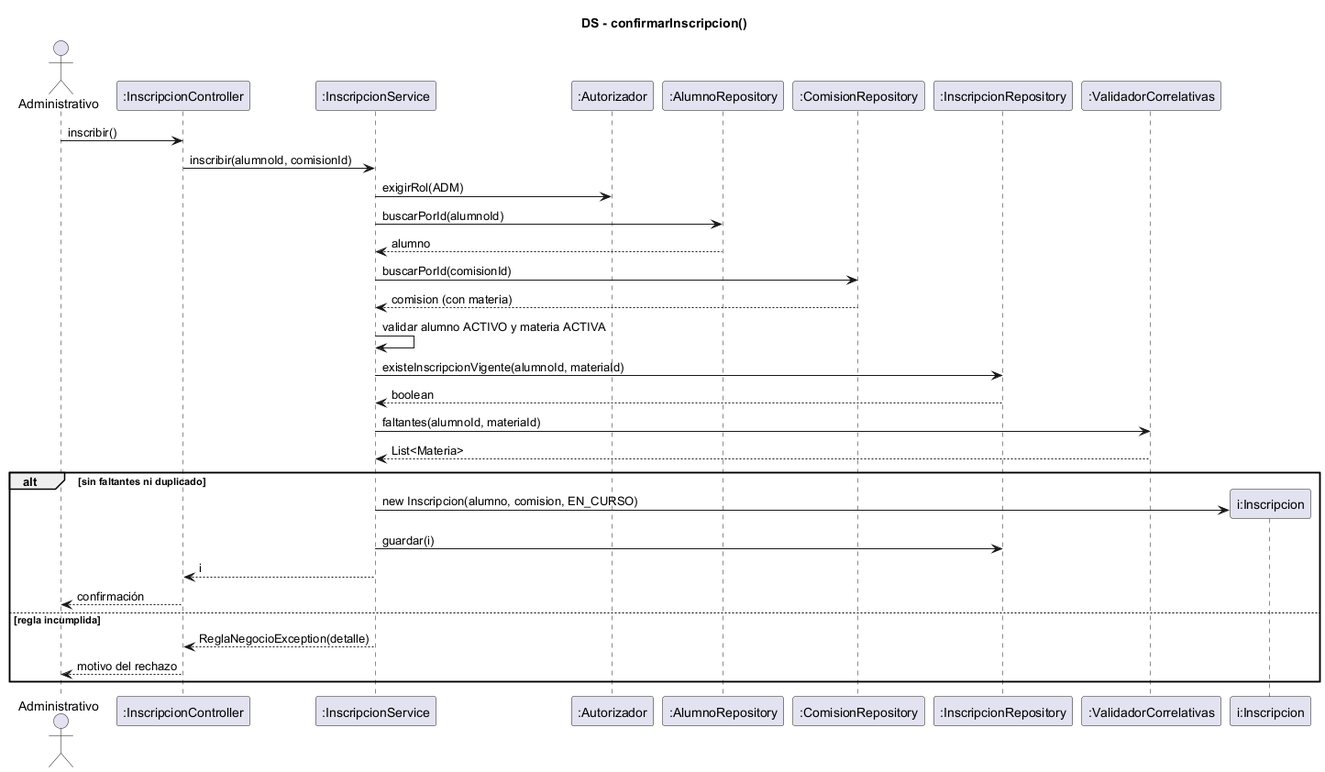
Earlier version of the PlantUML export document/diagramas/ds-inscribir-alumno.png (ISMAELALTHENOFER/BACKOFFICE-ACADEMICO-ITEC-N-1). Source of this version:
```plantuml
@startuml ds-inscribir-alumno
skinparam shadowing false
title DS - confirmarInscripcion()
actor Administrativo
participant ":InscripcionController" as C
participant ":InscripcionService" as S
participant ":Autorizador" as AU
participant ":AlumnoRepository" as AR
participant ":ComisionRepository" as CR
participant ":InscripcionRepository" as IR
participant ":ValidadorCorrelativas" as V

Administrativo -> C : inscribir()
C -> S : inscribir(alumnoId, comisionId)
S -> AU : exigirRol(ADM)
S -> AR : buscarPorId(alumnoId)
AR --> S : alumno
S -> CR : buscarPorId(comisionId)
CR --> S : comision (con materia)
S -> S : validar alumno ACTIVO y materia ACTIVA
S -> IR : existeInscripcionVigente(alumnoId, materiaId)
IR --> S : boolean
S -> V : faltantes(alumnoId, materiaId)
V --> S : List<Materia>
alt sin faltantes ni duplicado
  create participant "i:Inscripcion" as I
  S -> I : new Inscripcion(alumno, comision, EN_CURSO)
  S -> IR : guardar(i)
  S --> C : i
  C --> Administrativo : confirmación
else regla incumplida
  S --> C : ReglaNegocioException(detalle)
  C --> Administrativo : motivo del rechazo
end
@enduml
```
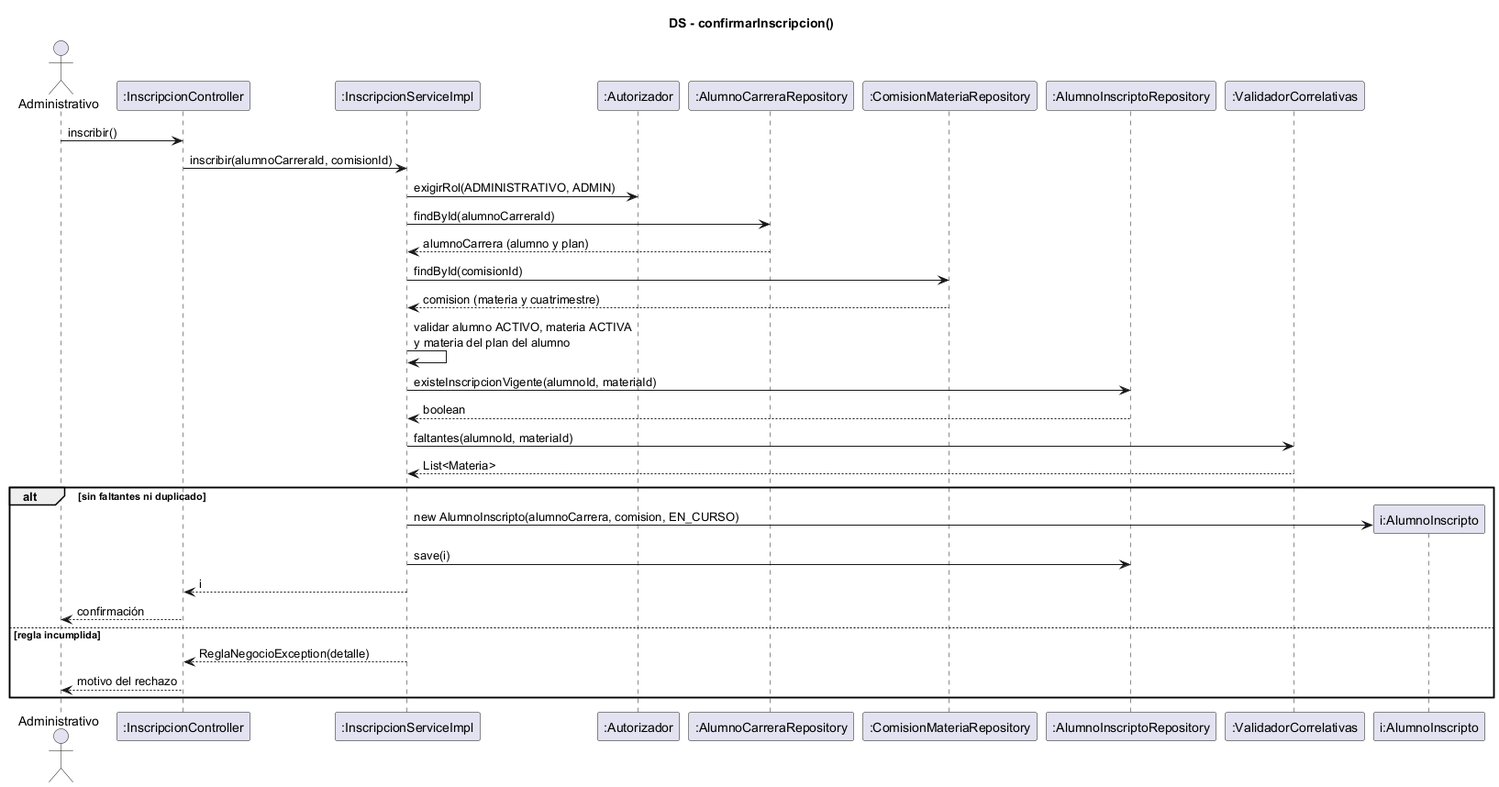
Above is the later version.

Diff of the diagram source:
```diff
@@ -3,29 +3,29 @@
 title DS - confirmarInscripcion()
 actor Administrativo
 participant ":InscripcionController" as C
-participant ":InscripcionService" as S
+participant ":InscripcionServiceImpl" as S
 participant ":Autorizador" as AU
-participant ":AlumnoRepository" as AR
-participant ":ComisionRepository" as CR
-participant ":InscripcionRepository" as IR
+participant ":AlumnoCarreraRepository" as ACR
+participant ":ComisionMateriaRepository" as CR
+participant ":AlumnoInscriptoRepository" as IR
 participant ":ValidadorCorrelativas" as V
 
 Administrativo -> C : inscribir()
-C -> S : inscribir(alumnoId, comisionId)
-S -> AU : exigirRol(ADM)
-S -> AR : buscarPorId(alumnoId)
-AR --> S : alumno
-S -> CR : buscarPorId(comisionId)
-CR --> S : comision (con materia)
-S -> S : validar alumno ACTIVO y materia ACTIVA
+C -> S : inscribir(alumnoCarreraId, comisionId)
+S -> AU : exigirRol(ADMINISTRATIVO, ADMIN)
+S -> ACR : findById(alumnoCarreraId)
+ACR --> S : alumnoCarrera (alumno y plan)
+S -> CR : findById(comisionId)
+CR --> S : comision (materia y cuatrimestre)
+S -> S : validar alumno ACTIVO, materia ACTIVA\ny materia del plan del alumno
 S -> IR : existeInscripcionVigente(alumnoId, materiaId)
 IR --> S : boolean
 S -> V : faltantes(alumnoId, materiaId)
 V --> S : List<Materia>
 alt sin faltantes ni duplicado
-  create participant "i:Inscripcion" as I
-  S -> I : new Inscripcion(alumno, comision, EN_CURSO)
-  S -> IR : guardar(i)
+  create participant "i:AlumnoInscripto" as I
+  S -> I : new AlumnoInscripto(alumnoCarrera, comision, EN_CURSO)
+  S -> IR : save(i)
   S --> C : i
   C --> Administrativo : confirmación
 else regla incumplida
```
